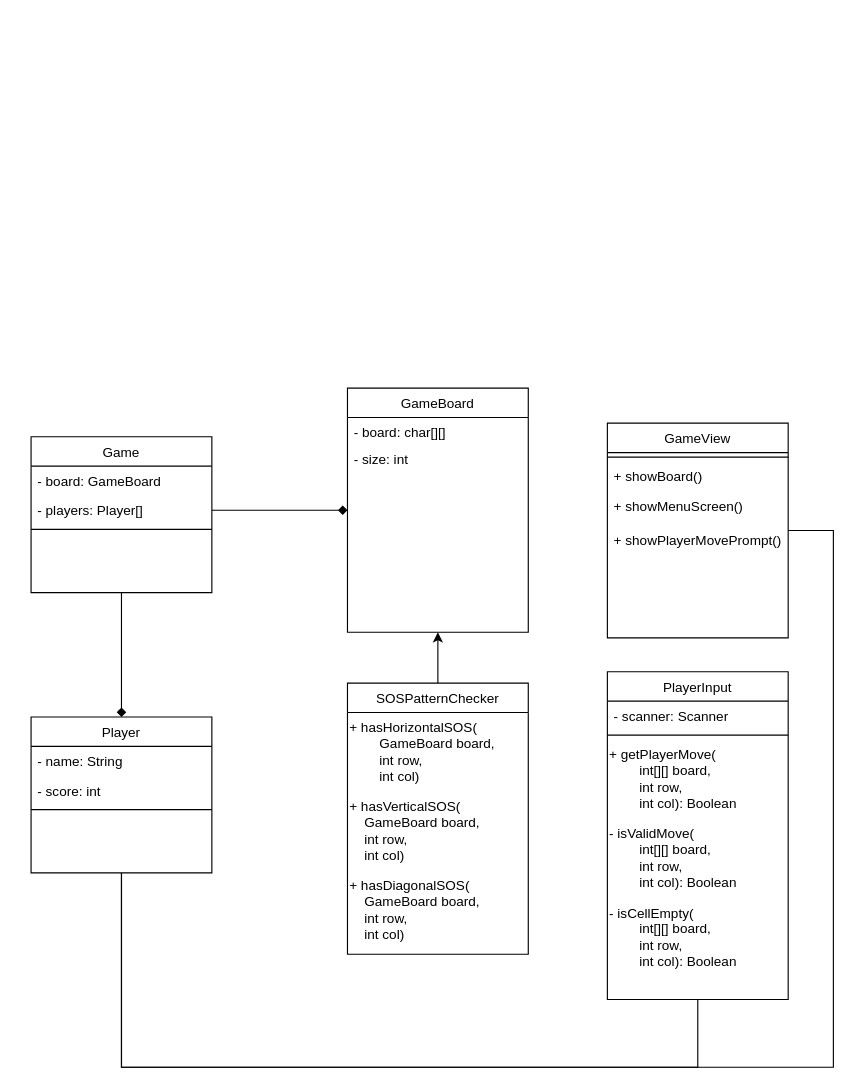
The draw.io diagram prelim_project.drawio in aaron-kristopher/emman-ulgasan-java-prelim-project, before the edit. Source tidied: cells renumbered, new cells numbered last; positions are measured from the earlier drawing's top-left corner, leaving out a move shared by most shapes. Both pictures are drawn from the tidied source at 113%, with x=0, y=0 at pixel (31, 388).
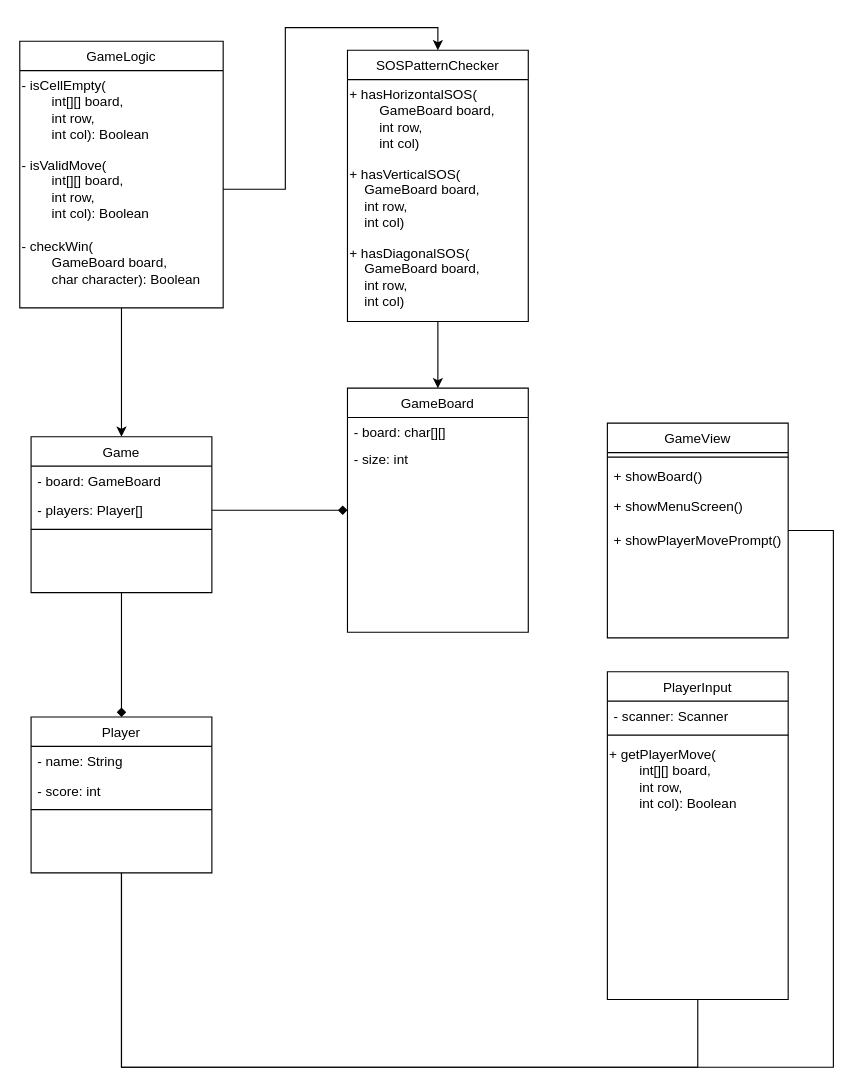
The same page after the edit.

Unchanged cells that the change refers to:
```xml
<mxCell id="2" value="GameBoard" style="swimlane;fontStyle=0;align=center;verticalAlign=top;horizontal=1;startSize=26;rounded=0;shadow=0;strokeWidth=1;" parent="1" vertex="1">
  <mxGeometry x="280" width="160" height="216" as="geometry" />
</mxCell>
<mxCell id="16" value="Game" style="swimlane;fontStyle=0;align=center;verticalAlign=top;horizontal=1;startSize=26;rounded=0;shadow=0;strokeWidth=1;" parent="1" vertex="1">
  <mxGeometry y="43" width="160" height="138" as="geometry" />
</mxCell>
<mxCell id="27" value="PlayerInput" style="swimlane;fontStyle=0;align=center;verticalAlign=top;horizontal=1;startSize=26;rounded=0;shadow=0;strokeWidth=1;" parent="1" vertex="1">
  <mxGeometry x="510" y="251" width="160" height="290" as="geometry" />
</mxCell>
```

What changed in the source:
```diff
@@
-    <mxCell id="10" style="edgeStyle=orthogonalEdgeStyle;rounded=0;jettySize=auto;html=1;entryX=0.5;entryY=1;entryDx=0;entryDy=0;" parent="1" edge="1" source="11" target="2">
+    <mxCell id="10" style="edgeStyle=orthogonalEdgeStyle;rounded=0;jettySize=auto;html=1;" parent="1" edge="1" source="11" target="2">
       <mxGeometry relative="1" as="geometry" />
     </mxCell>
     <mxCell id="11" value="SOSPatternChecker" style="swimlane;fontStyle=0;align=center;verticalAlign=top;horizontal=1;startSize=26;rounded=0;shadow=0;strokeWidth=1;" parent="1" vertex="1">
-      <mxGeometry x="280" y="261" width="160" height="240" as="geometry" />
+      <mxGeometry x="280" y="-299" width="160" height="240" as="geometry" />
     </mxCell>
@@
+    <mxCell id="33" style="edgeStyle=orthogonalEdgeStyle;rounded=0;jettySize=auto;html=1;exitX=0.5;exitY=1;exitDx=0;exitDy=0;" parent="1" edge="1" source="34" target="16">
+      <mxGeometry relative="1" as="geometry" />
+    </mxCell>
+    <mxCell id="34" value="GameLogic" style="swimlane;fontStyle=0;align=center;verticalAlign=top;horizontal=1;startSize=26;rounded=0;shadow=0;strokeWidth=1;" parent="1" vertex="1">
+      <mxGeometry x="-10" y="-307" width="180" height="236" as="geometry" />
+    </mxCell>
+    <mxCell id="32" value="- isCellEmpty(&lt;br&gt;&lt;span style=&quot;white-space: pre;&quot;&gt;&#9;&lt;/span&gt;int[][] board, &lt;br&gt;&lt;span style=&quot;white-space: pre;&quot;&gt;&#9;&lt;/span&gt;int row, &lt;br&gt;&lt;span style=&quot;white-space: pre;&quot;&gt;&#9;&lt;/span&gt;int col): Boolean" style="text;html=1;align=left;verticalAlign=middle;strokeColor=none;fillColor=none;" parent="34" vertex="1">
+      <mxGeometry y="26" width="180" height="70" as="geometry" />
+    </mxCell>
-    <mxCell id="31" value="- isValidMove(&lt;br&gt;&lt;span style=&quot;white-space: pre;&quot;&gt;&#9;&lt;/span&gt;int[][] board, &lt;br&gt;&lt;span style=&quot;white-space: pre;&quot;&gt;&#9;&lt;/span&gt;int row, &lt;br&gt;&lt;span style=&quot;white-space: pre;&quot;&gt;&#9;&lt;/span&gt;int col): Boolean" style="text;html=1;align=left;verticalAlign=middle;points=[];strokeColor=none;fillColor=none;" parent="27" vertex="1">
-      <mxGeometry y="130" width="160" height="70" as="geometry" />
+    <mxCell id="31" value="- isValidMove(&lt;br&gt;&lt;span style=&quot;white-space: pre;&quot;&gt;&#9;&lt;/span&gt;int[][] board, &lt;br&gt;&lt;span style=&quot;white-space: pre;&quot;&gt;&#9;&lt;/span&gt;int row, &lt;br&gt;&lt;span style=&quot;white-space: pre;&quot;&gt;&#9;&lt;/span&gt;int col): Boolean" style="text;html=1;align=left;verticalAlign=middle;points=[];strokeColor=none;fillColor=none;" parent="34" vertex="1">
+      <mxGeometry y="96" width="180" height="70" as="geometry" />
     </mxCell>
-    <mxCell id="32" value="- isCellEmpty(&lt;br&gt;&lt;span style=&quot;white-space: pre;&quot;&gt;&#9;&lt;/span&gt;int[][] board, &lt;br&gt;&lt;span style=&quot;white-space: pre;&quot;&gt;&#9;&lt;/span&gt;int row, &lt;br&gt;&lt;span style=&quot;white-space: pre;&quot;&gt;&#9;&lt;/span&gt;int col): Boolean" style="text;html=1;align=left;verticalAlign=middle;strokeColor=none;fillColor=none;" parent="27" vertex="1">
-      <mxGeometry y="200" width="160" height="70" as="geometry" />
-    </mxCell>
+    <mxCell id="35" value="- checkWin(&lt;br&gt;&lt;span style=&quot;white-space: pre;&quot;&gt;&#9;&lt;/span&gt;GameBoard board,&lt;br&gt;&lt;span style=&quot;white-space: pre;&quot;&gt;&#9;&lt;/span&gt;char character): Boolean" style="text;html=1;align=left;verticalAlign=middle;strokeColor=none;fillColor=none;" parent="34" vertex="1">
+      <mxGeometry y="166" width="180" height="60" as="geometry" />
+    </mxCell>
+    <mxCell id="36" style="edgeStyle=orthogonalEdgeStyle;rounded=0;jettySize=auto;html=1;entryX=0.5;entryY=0;entryDx=0;entryDy=0;" parent="1" edge="1" source="31" target="11">
+      <mxGeometry relative="1" as="geometry" />
+    </mxCell>
```
